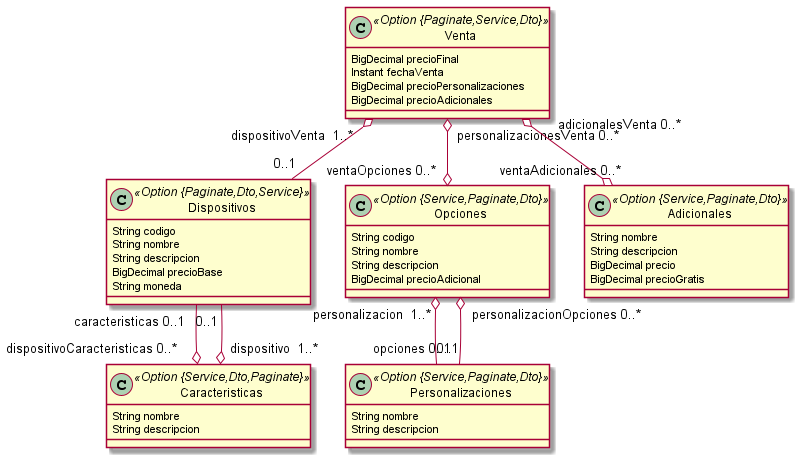
Before: jhipster-jdl.png, a diagram exported from PlantUML (um-programacion-ii/2024-backend-franespinola).
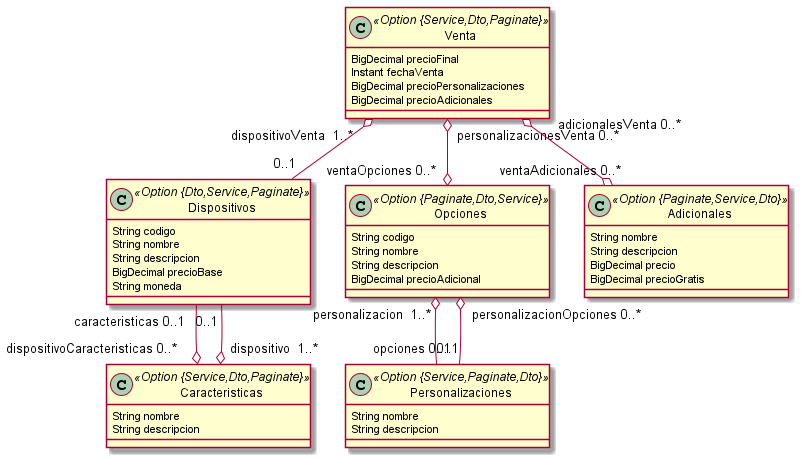
Above is the later version.

What changed in the source:
```diff
@@ -1,6 +1,6 @@
 @startuml
 	!pragma syntax class
-	class Dispositivos <<Option {Paginate,Dto,Service}>> {
+	class Dispositivos <<Option {Dto,Service,Paginate}>> {
 		String codigo
 		String nombre
 		String descripcion
@@ -15,19 +15,19 @@
 		String nombre
 		String descripcion
 	}
-	class Opciones <<Option {Service,Paginate,Dto}>> {
+	class Opciones <<Option {Paginate,Dto,Service}>> {
 		String codigo
 		String nombre
 		String descripcion
 		BigDecimal precioAdicional
 	}
-	class Adicionales <<Option {Service,Paginate,Dto}>> {
+	class Adicionales <<Option {Paginate,Service,Dto}>> {
 		String nombre
 		String descripcion
 		BigDecimal precio
 		BigDecimal precioGratis
 	}
-	class Venta <<Option {Paginate,Service,Dto}>> {
+	class Venta <<Option {Service,Dto,Paginate}>> {
 		BigDecimal precioFinal
 		Instant fechaVenta
 		BigDecimal precioPersonalizaciones
```
